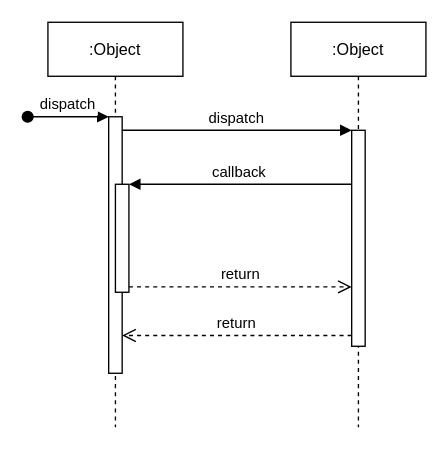
Before: C Process.drawio in markbrathwaite/git_test, a draw.io diagram. Source tidied: cells renumbered, new cells numbered last; positions are measured from the earlier drawing's top-left corner, leaving out a move shared by most shapes. Both pictures are drawn from the tidied source at 135%, with x=0, y=0 at pixel (27, 22).
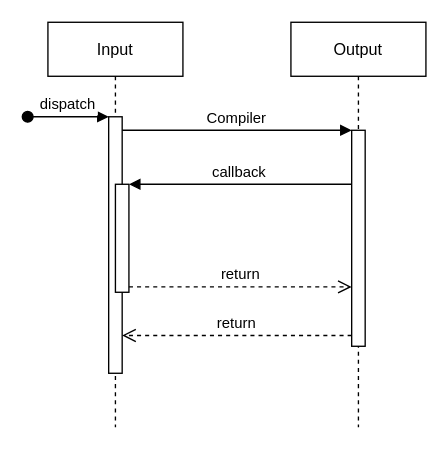
The same diagram, later.

Change to the diagram source:
```diff
@@
 <mxGraphModel>
   <root>
     <mxCell id="0" />
     <mxCell id="1" parent="0" />
-    <mxCell id="2" value=":Object" style="shape=umlLifeline;perimeter=lifelinePerimeter;rounded=0;shadow=0;strokeWidth=1;" parent="1" vertex="1">
+    <mxCell id="2" value="Input" style="shape=umlLifeline;perimeter=lifelinePerimeter;rounded=0;shadow=0;strokeWidth=1;" parent="1" vertex="1">
       <mxGeometry x="15" width="100" height="300" as="geometry" />
     </mxCell>
     <mxCell id="3" style="points=[];perimeter=orthogonalPerimeter;rounded=0;shadow=0;strokeWidth=1;" parent="2" vertex="1">
       <mxGeometry x="45" y="70" width="10" height="190" as="geometry" />
     </mxCell>
     <mxCell id="4" value="dispatch" style="verticalAlign=bottom;startArrow=oval;endArrow=block;startSize=8;shadow=0;strokeWidth=1;" parent="2" edge="1" target="3">
       <mxGeometry relative="1" as="geometry">
         <mxPoint x="-15" y="70" as="sourcePoint" />
       </mxGeometry>
     </mxCell>
     <mxCell id="5" style="points=[];perimeter=orthogonalPerimeter;rounded=0;shadow=0;strokeWidth=1;" parent="2" vertex="1">
       <mxGeometry x="50" y="120" width="10" height="80" as="geometry" />
     </mxCell>
-    <mxCell id="6" value=":Object" style="shape=umlLifeline;perimeter=lifelinePerimeter;rounded=0;shadow=0;strokeWidth=1;" parent="1" vertex="1">
+    <mxCell id="6" value="Output" style="shape=umlLifeline;perimeter=lifelinePerimeter;rounded=0;shadow=0;strokeWidth=1;" parent="1" vertex="1">
       <mxGeometry x="195" width="100" height="300" as="geometry" />
     </mxCell>
     <mxCell id="7" style="points=[];perimeter=orthogonalPerimeter;rounded=0;shadow=0;strokeWidth=1;" parent="6" vertex="1">
       <mxGeometry x="45" y="80" width="10" height="160" as="geometry" />
     </mxCell>
     <mxCell id="8" value="return" style="verticalAlign=bottom;endArrow=open;dashed=1;endSize=8;exitX=0;exitY=0.95;shadow=0;strokeWidth=1;" parent="1" edge="1" source="7" target="3">
       <mxGeometry relative="1" as="geometry" />
     </mxCell>
-    <mxCell id="9" value="dispatch" style="verticalAlign=bottom;endArrow=block;entryX=0;entryY=0;shadow=0;strokeWidth=1;" parent="1" edge="1" source="3" target="7">
+    <mxCell id="9" value="Compiler" style="verticalAlign=bottom;endArrow=block;entryX=0;entryY=0;shadow=0;strokeWidth=1;" parent="1" edge="1" source="3" target="7">
       <mxGeometry relative="1" as="geometry" />
     </mxCell>
     <mxCell id="10" value="callback" style="verticalAlign=bottom;endArrow=block;entryX=1;entryY=0;shadow=0;strokeWidth=1;" parent="1" edge="1" source="7" target="5">
       <mxGeometry relative="1" as="geometry" />
     </mxCell>
     <mxCell id="11" value="return" style="verticalAlign=bottom;endArrow=open;dashed=1;endSize=8;exitX=1;exitY=0.95;shadow=0;strokeWidth=1;" parent="1" edge="1" source="5" target="7">
       <mxGeometry relative="1" as="geometry" />
     </mxCell>
   </root>
 </mxGraphModel>
```
